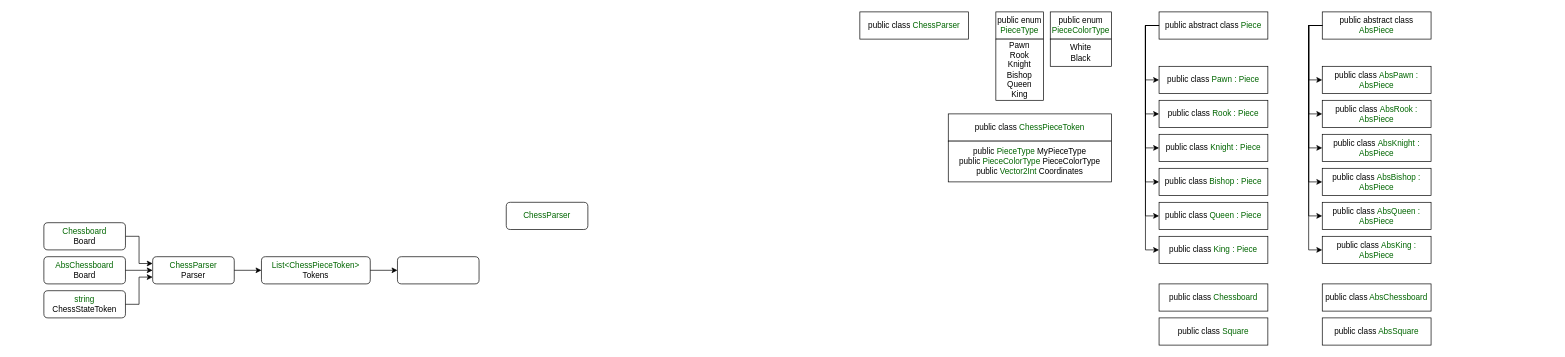
Above: Chess/ProgramScheme.drawio in Smorgames/Chess (draw.io), before the change. Source tidied: cells renumbered, new cells numbered last; positions are measured from the earlier drawing's top-left corner, leaving out a move shared by most shapes. Both pictures are drawn from the tidied source at 68%, with x=0, y=0 at pixel (44, 12).
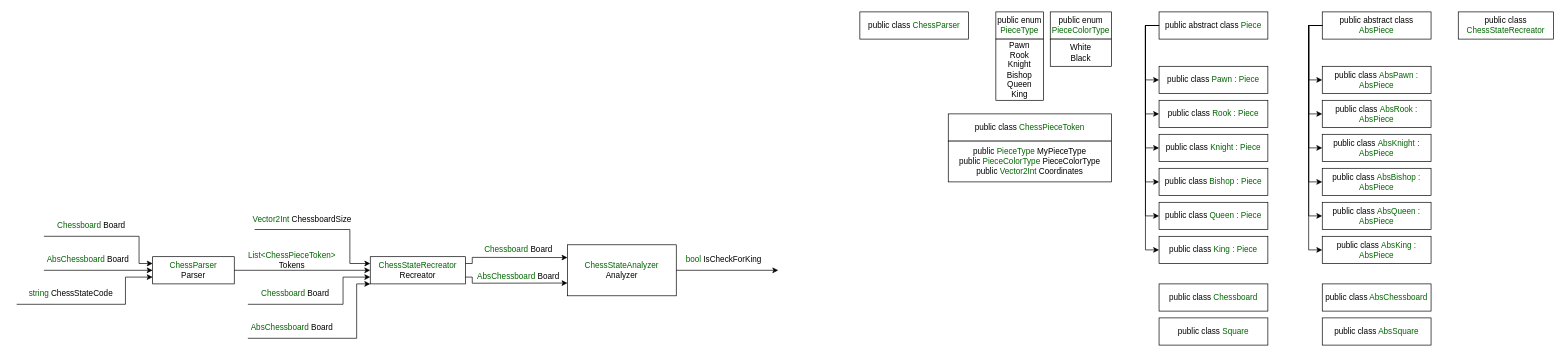
Above is the later version.

What changed in the source:
```diff
@@
-    <mxCell id="37" value="ChessParser&lt;br&gt;&lt;font color=&quot;#000000&quot;&gt;Parser&lt;/font&gt;" style="rounded=1;whiteSpace=wrap;html=1;fontColor=#006600;" parent="1" vertex="1">
+    <mxCell id="37" value="ChessParser&lt;br&gt;&lt;font color=&quot;#000000&quot;&gt;Parser&lt;/font&gt;" style="rounded=1;whiteSpace=wrap;html=1;fontColor=#006600;arcSize=0;" parent="1" vertex="1">
       <mxGeometry x="160" y="360" width="120" height="40" as="geometry" />
     </mxCell>
-    <mxCell id="38" style="endArrow=classic;html=1;rounded=0;fontColor=#006600;exitX=1;exitY=0.5;exitDx=0;exitDy=0;entryX=0;entryY=0.5;entryDx=0;entryDy=0;" parent="1" edge="1" source="37" target="47">
+    <mxCell id="38" style="endArrow=classic;html=1;rounded=0;fontColor=#006600;exitX=1;exitY=0.5;exitDx=0;exitDy=0;entryX=0;entryY=0.5;entryDx=0;entryDy=0;" parent="1" edge="1" source="37" target="48">
       <mxGeometry relative="1" as="geometry" />
     </mxCell>
@@
-    <mxCell id="41" style="endArrow=classic;html=1;rounded=0;fontColor=#006600;entryX=0;entryY=0.25;entryDx=0;entryDy=0;exitX=1;exitY=0.5;exitDx=0;exitDy=0;" parent="1" edge="1" source="42" target="37">
+    <mxCell id="41" style="endArrow=classic;html=1;rounded=0;fontColor=#006600;entryX=0;entryY=0.25;entryDx=0;entryDy=0;" parent="1" edge="1" target="37">
       <mxGeometry relative="1" as="geometry">
+        <mxPoint y="330" as="sourcePoint" />
         <Array as="points">
           <mxPoint x="140" y="330" />
           <mxPoint x="140" y="370" />
         </Array>
       </mxGeometry>
     </mxCell>
-    <mxCell id="42" value="Chessboard&lt;br&gt;&lt;font color=&quot;#000000&quot;&gt;Board&lt;/font&gt;" style="rounded=1;whiteSpace=wrap;html=1;fontColor=#006600;" parent="1" vertex="1">
-      <mxGeometry y="310" width="120" height="40" as="geometry" />
-    </mxCell>
-    <mxCell id="43" value="AbsChessboard&lt;br&gt;&lt;font color=&quot;#000000&quot;&gt;Board&lt;/font&gt;" style="rounded=1;whiteSpace=wrap;html=1;fontColor=#006600;" parent="1" vertex="1">
-      <mxGeometry y="360" width="120" height="40" as="geometry" />
-    </mxCell>
-    <mxCell id="44" style="endArrow=classic;html=1;rounded=0;fontColor=#006600;entryX=0;entryY=0.5;entryDx=0;entryDy=0;exitX=1;exitY=0.5;exitDx=0;exitDy=0;" parent="1" edge="1" source="43" target="37">
+    <mxCell id="44" style="endArrow=classic;html=1;rounded=0;fontColor=#006600;entryX=0;entryY=0.5;entryDx=0;entryDy=0;" parent="1" edge="1" target="37">
       <mxGeometry relative="1" as="geometry">
+        <mxPoint y="380" as="sourcePoint" />
         <Array as="points">
-          <mxPoint x="120" y="380" />
+          <mxPoint y="380" />
         </Array>
       </mxGeometry>
     </mxCell>
-    <mxCell id="45" value="string &lt;font color=&quot;#000000&quot;&gt;ChessStateToken&lt;/font&gt;" style="rounded=1;whiteSpace=wrap;html=1;fontColor=#006600;" parent="1" vertex="1">
-      <mxGeometry y="410" width="120" height="40" as="geometry" />
-    </mxCell>
-    <mxCell id="46" style="endArrow=classic;html=1;rounded=0;fontColor=#006600;entryX=0;entryY=0.75;entryDx=0;entryDy=0;exitX=1;exitY=0.5;exitDx=0;exitDy=0;" parent="1" edge="1" source="45" target="37">
+    <mxCell id="46" style="endArrow=classic;html=1;rounded=0;fontColor=#006600;entryX=0;entryY=0.75;entryDx=0;entryDy=0;" parent="1" edge="1" target="37">
       <mxGeometry relative="1" as="geometry">
+        <mxPoint x="-40" y="430" as="sourcePoint" />
         <Array as="points">
-          <mxPoint x="140" y="430" />
-          <mxPoint x="140" y="390" />
+          <mxPoint x="120" y="430" />
+          <mxPoint x="120" y="390" />
         </Array>
       </mxGeometry>
     </mxCell>
+    <mxCell id="48" value="ChessStateRecreator&lt;br&gt;&lt;font color=&quot;#000000&quot;&gt;Recreator&lt;/font&gt;" style="rounded=1;whiteSpace=wrap;html=1;fontColor=#006600;arcSize=0;" parent="1" vertex="1">
+      <mxGeometry x="480" y="360" width="140" height="40" as="geometry" />
+    </mxCell>
-    <mxCell id="47" value="List&amp;lt;ChessPieceToken&amp;gt;&lt;br&gt;&lt;font color=&quot;#000000&quot;&gt;Tokens&lt;/font&gt;" style="rounded=1;whiteSpace=wrap;html=1;fontColor=#006600;" parent="1" vertex="1">
-      <mxGeometry x="320" y="360" width="160" height="40" as="geometry" />
+    <mxCell id="47" value="&lt;span style=&quot;color: rgb(0 , 102 , 0)&quot;&gt;List&amp;lt;ChessPieceToken&amp;gt;&lt;/span&gt;&lt;br style=&quot;color: rgb(0 , 102 , 0)&quot;&gt;&lt;font color=&quot;#000000&quot;&gt;Tokens&lt;/font&gt;" style="text;html=1;strokeColor=none;fillColor=none;align=center;verticalAlign=middle;whiteSpace=wrap;rounded=0;" parent="1" vertex="1">
+      <mxGeometry x="295" y="350" width="140" height="30" as="geometry" />
     </mxCell>
-    <mxCell id="48" style="rounded=1;whiteSpace=wrap;html=1;fontColor=#006600;" parent="1" vertex="1">
-      <mxGeometry x="520" y="360" width="120" height="40" as="geometry" />
-    </mxCell>
-    <mxCell id="49" style="endArrow=classic;html=1;rounded=0;fontColor=#006600;exitX=1;exitY=0.5;exitDx=0;exitDy=0;entryX=0;entryY=0.5;entryDx=0;entryDy=0;" parent="1" edge="1" source="47" target="48">
-      <mxGeometry relative="1" as="geometry" />
-    </mxCell>
-    <mxCell id="50" value="&lt;font color=&quot;#006600&quot;&gt;ChessParser&lt;/font&gt;" style="rounded=1;whiteSpace=wrap;html=1;fontColor=#006600;" parent="1" vertex="1">
-      <mxGeometry x="680" y="280" width="120" height="40" as="geometry" />
-    </mxCell>
+    <mxCell id="51" value="&lt;span style=&quot;color: rgb(0 , 102 , 0)&quot;&gt;Chessboard&amp;nbsp;&lt;/span&gt;&lt;font color=&quot;#000000&quot;&gt;Board&lt;/font&gt;" style="text;html=1;strokeColor=none;fillColor=none;align=center;verticalAlign=middle;whiteSpace=wrap;rounded=0;" parent="1" vertex="1">
+      <mxGeometry x="20" y="300" width="100" height="30" as="geometry" />
+    </mxCell>
+    <mxCell id="52" value="&lt;span style=&quot;color: rgb(0 , 102 , 0) ; font-family: &amp;#34;helvetica&amp;#34; ; font-size: 12px ; font-style: normal ; font-weight: 400 ; letter-spacing: normal ; text-indent: 0px ; text-transform: none ; word-spacing: 0px ; background-color: rgb(255 , 255 , 255) ; display: inline ; float: none&quot;&gt;AbsChessboard&amp;nbsp;&lt;/span&gt;&lt;font color=&quot;#000000&quot; style=&quot;font-family: &amp;#34;helvetica&amp;#34; ; font-size: 12px ; font-style: normal ; font-weight: 400 ; letter-spacing: normal ; text-indent: 0px ; text-transform: none ; word-spacing: 0px ; background-color: rgb(255 , 255 , 255)&quot;&gt;Board&lt;/font&gt;" style="text;whiteSpace=wrap;html=1;align=center;" parent="1" vertex="1">
+      <mxGeometry y="350" width="130" height="30" as="geometry" />
+    </mxCell>
+    <mxCell id="53" value="&lt;span style=&quot;color: rgb(0 , 102 , 0) ; font-family: &amp;#34;helvetica&amp;#34; ; font-size: 12px ; font-style: normal ; font-weight: 400 ; letter-spacing: normal ; text-indent: 0px ; text-transform: none ; word-spacing: 0px ; background-color: rgb(255 , 255 , 255) ; display: inline ; float: none&quot;&gt;string&lt;span&gt;&amp;nbsp;&lt;/span&gt;&lt;/span&gt;&lt;font color=&quot;#000000&quot; style=&quot;font-family: &amp;#34;helvetica&amp;#34; ; font-size: 12px ; font-style: normal ; font-weight: 400 ; letter-spacing: normal ; text-indent: 0px ; text-transform: none ; word-spacing: 0px ; background-color: rgb(255 , 255 , 255)&quot;&gt;ChessStateCode&lt;/font&gt;" style="text;whiteSpace=wrap;html=1;align=center;" parent="1" vertex="1">
+      <mxGeometry x="-30" y="400" width="140" height="30" as="geometry" />
+    </mxCell>
+    <mxCell id="54" value="ChessStateAnalyzer&lt;br&gt;&lt;font color=&quot;#000000&quot;&gt;Analyzer&lt;/font&gt;" style="rounded=1;whiteSpace=wrap;html=1;fontColor=#006600;arcSize=0;" parent="1" vertex="1">
+      <mxGeometry x="770" y="342.5" width="160" height="75" as="geometry" />
+    </mxCell>
+    <mxCell id="55" style="endArrow=classic;html=1;rounded=0;fontColor=#000000;strokeColor=#000000;exitX=1;exitY=0.25;exitDx=0;exitDy=0;entryX=0;entryY=0.25;entryDx=0;entryDy=0;" parent="1" edge="1" source="48" target="54">
+      <mxGeometry relative="1" as="geometry">
+        <Array as="points">
+          <mxPoint x="630" y="370" />
+          <mxPoint x="630" y="361" />
+        </Array>
+      </mxGeometry>
+    </mxCell>
+    <mxCell id="56" style="endArrow=classic;html=1;rounded=0;fontColor=#000000;strokeColor=#000000;exitX=1;exitY=0.75;exitDx=0;exitDy=0;entryX=0;entryY=0.75;entryDx=0;entryDy=0;" parent="1" edge="1" source="48" target="54">
+      <mxGeometry relative="1" as="geometry">
+        <Array as="points">
+          <mxPoint x="630" y="390" />
+          <mxPoint x="630" y="399" />
+        </Array>
+      </mxGeometry>
+    </mxCell>
+    <mxCell id="57" value="&lt;span style=&quot;color: rgb(0 , 102 , 0)&quot;&gt;Chessboard&amp;nbsp;&lt;/span&gt;&lt;font color=&quot;#000000&quot;&gt;Board&lt;/font&gt;" style="text;html=1;strokeColor=none;fillColor=none;align=center;verticalAlign=middle;whiteSpace=wrap;rounded=0;" parent="1" vertex="1">
+      <mxGeometry x="648" y="335" width="100" height="30" as="geometry" />
+    </mxCell>
+    <mxCell id="58" value="&lt;span style=&quot;color: rgb(0 , 102 , 0) ; font-family: &amp;#34;helvetica&amp;#34; ; font-size: 12px ; font-style: normal ; font-weight: 400 ; letter-spacing: normal ; text-indent: 0px ; text-transform: none ; word-spacing: 0px ; background-color: rgb(255 , 255 , 255) ; display: inline ; float: none&quot;&gt;AbsChessboard&amp;nbsp;&lt;/span&gt;&lt;font color=&quot;#000000&quot; style=&quot;font-family: &amp;#34;helvetica&amp;#34; ; font-size: 12px ; font-style: normal ; font-weight: 400 ; letter-spacing: normal ; text-indent: 0px ; text-transform: none ; word-spacing: 0px ; background-color: rgb(255 , 255 , 255)&quot;&gt;Board&lt;/font&gt;" style="text;whiteSpace=wrap;html=1;align=center;" parent="1" vertex="1">
+      <mxGeometry x="633" y="376" width="130" height="30" as="geometry" />
+    </mxCell>
+    <mxCell id="59" style="endArrow=classic;html=1;rounded=0;fontColor=#000000;strokeColor=#000000;exitX=1;exitY=0.5;exitDx=0;exitDy=0;" parent="1" edge="1" source="54">
+      <mxGeometry relative="1" as="geometry">
+        <mxPoint x="1080" y="380" as="targetPoint" />
+      </mxGeometry>
+    </mxCell>
+    <mxCell id="60" value="&lt;span style=&quot;color: rgb(0 , 102 , 0)&quot;&gt;bool&amp;nbsp;&lt;/span&gt;&lt;font color=&quot;#000000&quot;&gt;IsCheckForKing&lt;/font&gt;" style="text;html=1;strokeColor=none;fillColor=none;align=center;verticalAlign=middle;whiteSpace=wrap;rounded=0;" parent="1" vertex="1">
+      <mxGeometry x="940" y="350" width="120" height="30" as="geometry" />
+    </mxCell>
+    <mxCell id="61" style="endArrow=classic;html=1;rounded=0;fontColor=#006600;entryX=0;entryY=0.25;entryDx=0;entryDy=0;exitX=0;exitY=1;exitDx=0;exitDy=0;" parent="1" edge="1" source="62" target="48">
+      <mxGeometry relative="1" as="geometry">
+        <Array as="points">
+          <mxPoint x="450" y="320" />
+          <mxPoint x="450" y="370" />
+        </Array>
+      </mxGeometry>
+    </mxCell>
+    <mxCell id="62" value="&lt;span style=&quot;color: rgb(0 , 102 , 0)&quot;&gt;Vector2Int&amp;nbsp;&lt;/span&gt;&lt;font color=&quot;#000000&quot;&gt;ChessboardSize&lt;/font&gt;" style="text;html=1;strokeColor=none;fillColor=none;align=center;verticalAlign=middle;whiteSpace=wrap;rounded=0;" parent="1" vertex="1">
+      <mxGeometry x="310" y="290" width="140" height="30" as="geometry" />
+    </mxCell>
+    <mxCell id="63" value="&lt;font color=&quot;#000000&quot;&gt;public class&lt;/font&gt;&lt;br&gt;ChessStateRecreator" style="rounded=1;whiteSpace=wrap;html=1;fontColor=#006600;arcSize=0;" parent="1" vertex="1">
+      <mxGeometry x="2080" width="140" height="40" as="geometry" />
+    </mxCell>
+    <mxCell id="64" style="endArrow=classic;html=1;rounded=0;fontColor=#006600;entryX=0;entryY=0.75;entryDx=0;entryDy=0;" parent="1" edge="1" target="48">
+      <mxGeometry relative="1" as="geometry">
+        <mxPoint x="300" y="430" as="sourcePoint" />
+        <Array as="points">
+          <mxPoint x="440" y="430" />
+          <mxPoint x="440" y="390" />
+        </Array>
+      </mxGeometry>
+    </mxCell>
+    <mxCell id="65" style="endArrow=classic;html=1;rounded=0;fontColor=#006600;entryX=0;entryY=1;entryDx=0;entryDy=0;" parent="1" edge="1" target="48">
+      <mxGeometry relative="1" as="geometry">
+        <mxPoint x="300" y="480" as="sourcePoint" />
+        <Array as="points">
+          <mxPoint x="300" y="480" />
+          <mxPoint x="460" y="480" />
+          <mxPoint x="460" y="400" />
+        </Array>
+      </mxGeometry>
+    </mxCell>
+    <mxCell id="66" value="&lt;span style=&quot;color: rgb(0 , 102 , 0)&quot;&gt;Chessboard&amp;nbsp;&lt;/span&gt;&lt;font color=&quot;#000000&quot;&gt;Board&lt;/font&gt;" style="text;html=1;strokeColor=none;fillColor=none;align=center;verticalAlign=middle;whiteSpace=wrap;rounded=0;" parent="1" vertex="1">
+      <mxGeometry x="320" y="400" width="100" height="30" as="geometry" />
+    </mxCell>
+    <mxCell id="67" value="&lt;span style=&quot;color: rgb(0 , 102 , 0) ; font-family: &amp;#34;helvetica&amp;#34; ; font-size: 12px ; font-style: normal ; font-weight: 400 ; letter-spacing: normal ; text-indent: 0px ; text-transform: none ; word-spacing: 0px ; background-color: rgb(255 , 255 , 255) ; display: inline ; float: none&quot;&gt;AbsChessboard&amp;nbsp;&lt;/span&gt;&lt;font color=&quot;#000000&quot; style=&quot;font-family: &amp;#34;helvetica&amp;#34; ; font-size: 12px ; font-style: normal ; font-weight: 400 ; letter-spacing: normal ; text-indent: 0px ; text-transform: none ; word-spacing: 0px ; background-color: rgb(255 , 255 , 255)&quot;&gt;Board&lt;/font&gt;" style="text;whiteSpace=wrap;html=1;align=center;" parent="1" vertex="1">
+      <mxGeometry x="300" y="450" width="130" height="30" as="geometry" />
+    </mxCell>
```
